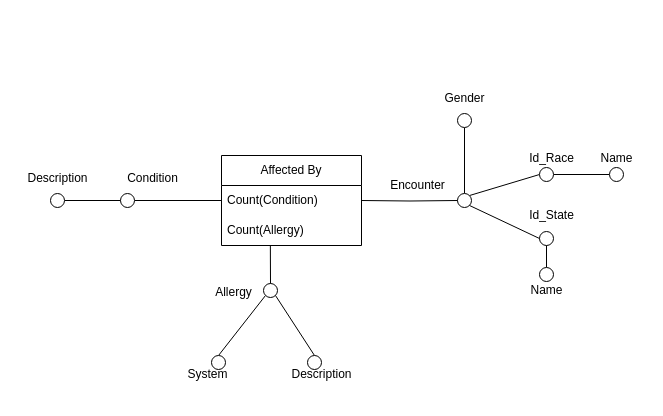
Before: Schemi_Di_Fatto/Affected_By.drawio in MircoPerna99/BigDataManagement_Team, a draw.io diagram. Source tidied: cells renumbered, new cells numbered last; positions are measured from the earlier drawing's top-left corner, leaving out a move shared by most shapes. Both pictures are drawn from the tidied source at 100%, with x=0, y=0 at pixel (17, 83).
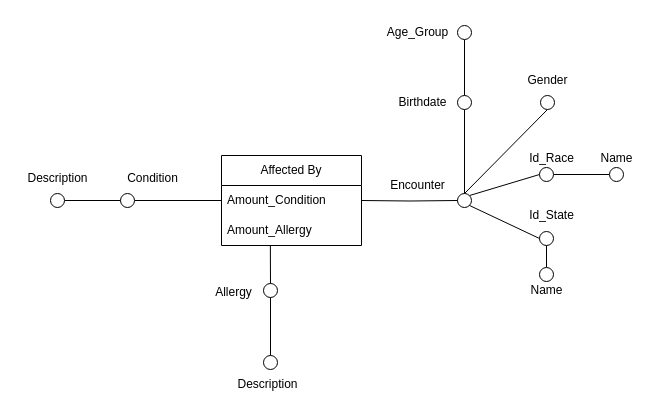
The same diagram, later.

The change refers to these unchanged cells:
```xml
<mxCell id="4" style="ellipse;whiteSpace=wrap;html=1;fillColor=#FFFFFF;" parent="1" vertex="1">
  <mxGeometry x="440" y="110" width="14" height="14" as="geometry" />
</mxCell>
<mxCell id="6" style="ellipse;whiteSpace=wrap;html=1;fillColor=#FFFFFF;" parent="1" vertex="1">
  <mxGeometry x="246" y="200" width="14" height="14" as="geometry" />
</mxCell>
<mxCell id="28" value="Affected By" style="swimlane;fontStyle=0;horizontal=1;startSize=30;whiteSpace=wrap;html=1;" parent="1" vertex="1">
  <mxGeometry x="204" y="72" width="140" height="90" as="geometry" />
</mxCell>
<mxCell id="32" style="ellipse;whiteSpace=wrap;html=1;fillColor=#FFFFFF;" parent="1" vertex="1">
  <mxGeometry x="103" y="110" width="14" height="14" as="geometry" />
</mxCell>
```

The edit, as a diff of the source:
```diff
@@
-    <mxCell id="3" style="rounded=0;jettySize=auto;html=1;exitX=0.5;exitY=0;exitDx=0;exitDy=0;entryX=0.5;entryY=1;entryDx=0;entryDy=0;endArrow=none;startFill=0;" parent="1" edge="1" source="4" target="18">
-      <mxGeometry relative="1" as="geometry" />
-    </mxCell>
+    <mxCell id="38" style="rounded=0;jettySize=auto;html=1;exitX=0.5;exitY=0;exitDx=0;exitDy=0;entryX=0.5;entryY=1;entryDx=0;entryDy=0;endArrow=none;startFill=0;" parent="1" edge="1" source="4" target="41">
+      <mxGeometry relative="1" as="geometry" />
+    </mxCell>
@@
-    <mxCell id="5" style="rounded=0;jettySize=auto;html=1;exitX=0;exitY=1;exitDx=0;exitDy=0;entryX=0.5;entryY=0;entryDx=0;entryDy=0;endArrow=none;startFill=0;" parent="1" edge="1" source="6" target="25">
-      <mxGeometry relative="1" as="geometry" />
-    </mxCell>
+    <mxCell id="39" style="edgeStyle=orthogonalEdgeStyle;rounded=0;jettySize=auto;html=1;entryX=0.5;entryY=0;entryDx=0;entryDy=0;endArrow=none;startFill=0;" parent="1" edge="1" source="6" target="40">
+      <mxGeometry relative="1" as="geometry" />
+    </mxCell>
@@
-    <mxCell id="8" style="rounded=0;jettySize=auto;html=1;exitX=0.5;exitY=0;exitDx=0;exitDy=0;entryX=1;entryY=1;entryDx=0;entryDy=0;endArrow=none;startFill=0;" parent="1" edge="1" source="9" target="6">
-      <mxGeometry relative="1" as="geometry" />
-    </mxCell>
-    <mxCell id="9" style="ellipse;whiteSpace=wrap;html=1;fillColor=#FFFFFF;" parent="1" vertex="1">
-      <mxGeometry x="290" y="272" width="14" height="14" as="geometry" />
-    </mxCell>
+    <mxCell id="40" style="ellipse;whiteSpace=wrap;html=1;fillColor=#FFFFFF;" parent="1" vertex="1">
+      <mxGeometry x="246" y="272" width="14" height="14" as="geometry" />
+    </mxCell>
     <mxCell id="10" value="Description" style="text;html=1;align=center;verticalAlign=middle;strokeColor=none;fillColor=none;" parent="1" vertex="1">
-      <mxGeometry x="264" y="276" width="80" height="30" as="geometry" />
+      <mxGeometry x="210" y="286" width="80" height="30" as="geometry" />
     </mxCell>
@@
-    <mxCell id="18" style="ellipse;whiteSpace=wrap;html=1;fillColor=#FFFFFF;" parent="1" vertex="1">
-      <mxGeometry x="440" y="30" width="14" height="14" as="geometry" />
-    </mxCell>
+    <mxCell id="41" style="ellipse;whiteSpace=wrap;html=1;fillColor=#FFFFFF;" parent="1" vertex="1">
+      <mxGeometry x="523" y="12" width="14" height="14" as="geometry" />
+    </mxCell>
     <mxCell id="19" value="Gender" style="text;html=1;align=center;verticalAlign=middle;strokeColor=none;fillColor=none;" parent="1" vertex="1">
-      <mxGeometry x="417" width="60" height="30" as="geometry" />
+      <mxGeometry x="500" y="-18" width="60" height="30" as="geometry" />
     </mxCell>
@@
-    <mxCell id="25" style="ellipse;whiteSpace=wrap;html=1;fillColor=#FFFFFF;" parent="1" vertex="1">
-      <mxGeometry x="194" y="272" width="14" height="14" as="geometry" />
-    </mxCell>
-    <mxCell id="26" value="System" style="text;html=1;align=center;verticalAlign=middle;strokeColor=none;fillColor=none;" parent="1" vertex="1">
-      <mxGeometry x="160" y="276" width="60" height="30" as="geometry" />
-    </mxCell>
@@
-    <mxCell id="29" value="Count(Condition)" style="text;strokeColor=none;fillColor=none;align=left;verticalAlign=middle;spacingLeft=4;spacingRight=4;overflow=hidden;whiteSpace=wrap;html=1;" parent="28" vertex="1">
-      <mxGeometry y="30" width="140" height="30" as="geometry" />
-    </mxCell>
-    <mxCell id="30" value="Count(Allergy)" style="text;strokeColor=none;fillColor=none;align=left;verticalAlign=middle;spacingLeft=4;spacingRight=4;overflow=hidden;points=[[0,0.5],[1,0.5]];portConstraint=eastwest;whiteSpace=wrap;html=1;" parent="28" vertex="1">
-      <mxGeometry y="60" width="140" height="30" as="geometry" />
-    </mxCell>
-    <mxCell id="31" style="edgeStyle=orthogonalEdgeStyle;rounded=0;jettySize=auto;html=1;exitX=1;exitY=0.5;exitDx=0;exitDy=0;entryX=0;entryY=0.5;entryDx=0;entryDy=0;endArrow=none;startFill=0;" parent="1" edge="1" source="32">
-      <mxGeometry relative="1" as="geometry">
-        <mxPoint x="204" y="117" as="targetPoint" />
-      </mxGeometry>
-    </mxCell>
+    <mxCell id="42" value="Amount_Condition" style="text;strokeColor=none;fillColor=none;align=left;verticalAlign=middle;spacingLeft=4;spacingRight=4;overflow=hidden;whiteSpace=wrap;html=1;" parent="28" vertex="1">
+      <mxGeometry y="30" width="140" height="30" as="geometry" />
+    </mxCell>
+    <mxCell id="43" value="Amount_Allergy" style="text;strokeColor=none;fillColor=none;align=left;verticalAlign=middle;spacingLeft=4;spacingRight=4;overflow=hidden;points=[[0,0.5],[1,0.5]];portConstraint=eastwest;whiteSpace=wrap;html=1;" parent="28" vertex="1">
+      <mxGeometry y="60" width="140" height="30" as="geometry" />
+    </mxCell>
+    <mxCell id="44" style="edgeStyle=orthogonalEdgeStyle;rounded=0;jettySize=auto;html=1;exitX=1;exitY=0.5;exitDx=0;exitDy=0;entryX=0;entryY=0.5;entryDx=0;entryDy=0;endArrow=none;startFill=0;" parent="1" edge="1" source="32">
+      <mxGeometry relative="1" as="geometry">
+        <mxPoint x="204" y="117" as="targetPoint" />
+      </mxGeometry>
+    </mxCell>
@@
-    <mxCell id="36" style="edgeStyle=orthogonalEdgeStyle;rounded=0;jettySize=auto;html=1;entryX=0;entryY=0.5;entryDx=0;entryDy=0;endArrow=none;startFill=0;" parent="1" edge="1" target="4">
-      <mxGeometry relative="1" as="geometry">
-        <mxPoint x="344" y="117" as="sourcePoint" />
-      </mxGeometry>
-    </mxCell>
-    <mxCell id="37" style="edgeStyle=orthogonalEdgeStyle;rounded=0;jettySize=auto;html=1;exitX=0.5;exitY=0;exitDx=0;exitDy=0;entryX=0.349;entryY=0.998;entryDx=0;entryDy=0;entryPerimeter=0;endArrow=none;startFill=0;" parent="1" edge="1" source="6" target="30">
-      <mxGeometry relative="1" as="geometry" />
-    </mxCell>
+    <mxCell id="45" style="edgeStyle=orthogonalEdgeStyle;rounded=0;jettySize=auto;html=1;entryX=0;entryY=0.5;entryDx=0;entryDy=0;endArrow=none;startFill=0;" parent="1" edge="1" target="4">
+      <mxGeometry relative="1" as="geometry">
+        <mxPoint x="344" y="117" as="sourcePoint" />
+      </mxGeometry>
+    </mxCell>
+    <mxCell id="46" style="edgeStyle=orthogonalEdgeStyle;rounded=0;jettySize=auto;html=1;exitX=0.5;exitY=0;exitDx=0;exitDy=0;entryX=0.349;entryY=0.998;entryDx=0;entryDy=0;entryPerimeter=0;endArrow=none;startFill=0;" parent="1" edge="1" source="6" target="43">
+      <mxGeometry relative="1" as="geometry" />
+    </mxCell>
+    <mxCell id="47" style="edgeStyle=orthogonalEdgeStyle;rounded=0;jettySize=auto;html=1;entryX=0.5;entryY=0;entryDx=0;entryDy=0;endArrow=none;startFill=0;" parent="1" edge="1" source="48" target="4">
+      <mxGeometry relative="1" as="geometry" />
+    </mxCell>
+    <mxCell id="48" style="ellipse;whiteSpace=wrap;html=1;fillColor=#FFFFFF;" parent="1" vertex="1">
+      <mxGeometry x="440" y="12" width="14" height="14" as="geometry" />
+    </mxCell>
+    <mxCell id="49" value="Birthdate" style="text;html=1;align=center;verticalAlign=middle;strokeColor=none;fillColor=none;" parent="1" vertex="1">
+      <mxGeometry x="370" y="4" width="70" height="30" as="geometry" />
+    </mxCell>
+    <mxCell id="50" style="edgeStyle=orthogonalEdgeStyle;rounded=0;jettySize=auto;html=1;entryX=0.5;entryY=0;entryDx=0;entryDy=0;endArrow=none;startFill=0;" parent="1" edge="1" source="51" target="48">
+      <mxGeometry relative="1" as="geometry" />
+    </mxCell>
+    <mxCell id="51" style="ellipse;whiteSpace=wrap;html=1;fillColor=#FFFFFF;" parent="1" vertex="1">
+      <mxGeometry x="440" y="-58" width="14" height="14" as="geometry" />
+    </mxCell>
+    <mxCell id="52" value="Age_Group" style="text;html=1;align=center;verticalAlign=middle;strokeColor=none;fillColor=none;" parent="1" vertex="1">
+      <mxGeometry x="360" y="-66" width="80" height="30" as="geometry" />
+    </mxCell>
```
